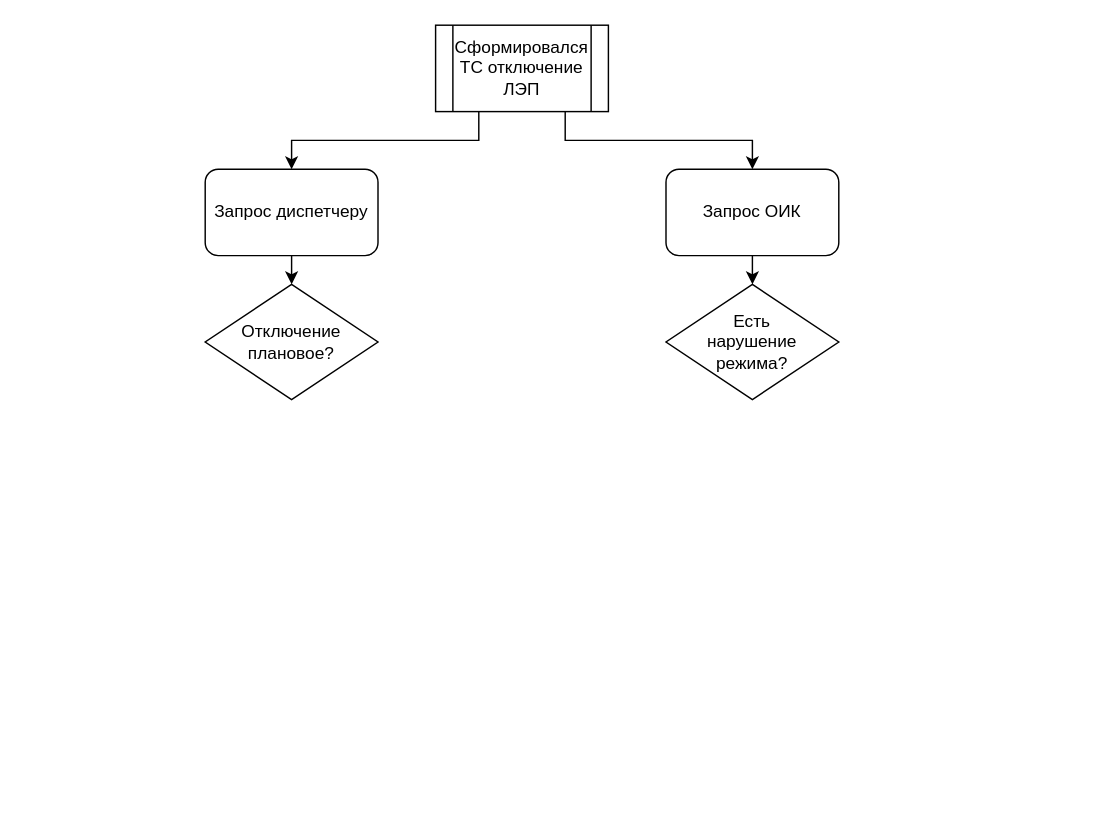
Before: Untitled Diagram.drawio in MyodsOnline/web_interfaces, a draw.io diagram. Source tidied: cells renumbered, new cells numbered last; positions are measured from the earlier drawing's top-left corner, leaving out a move shared by most shapes. Both pictures are drawn from the tidied source at 144%, with x=0, y=0 at pixel (204, 24).
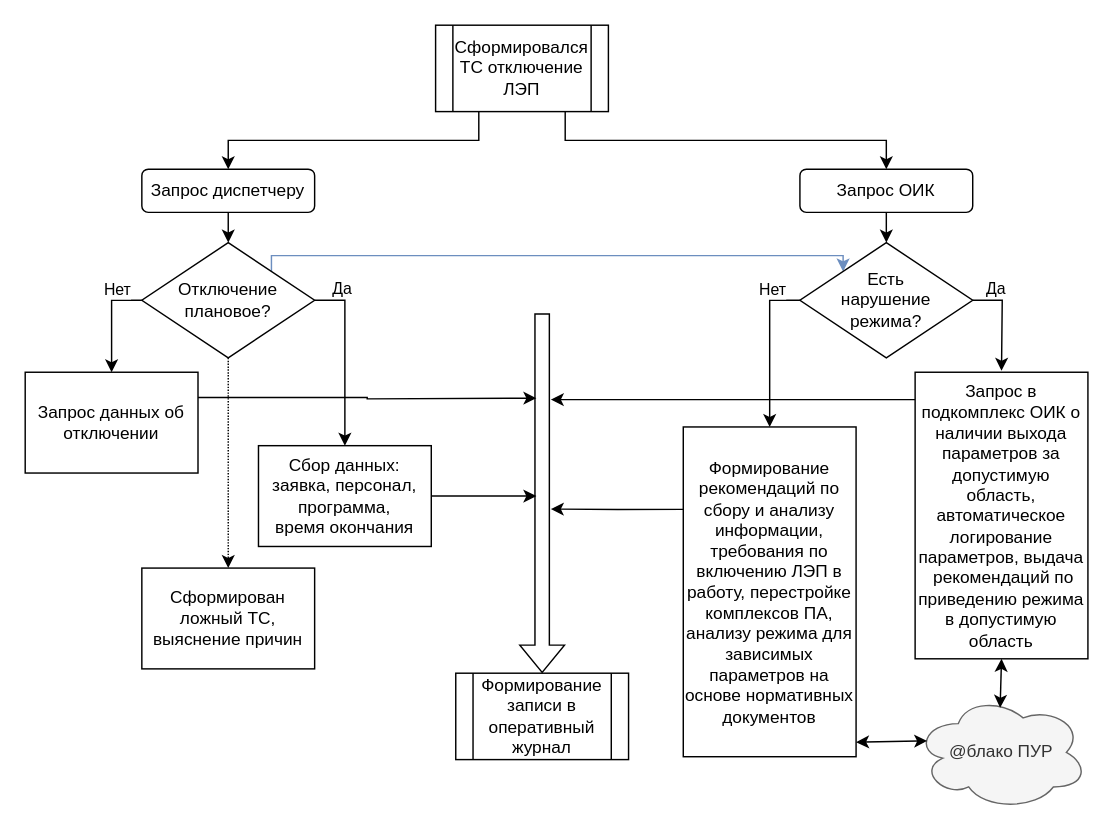
After the change.

What changed in the source:
```diff
@@
+    <mxCell id="11" style="edgeStyle=orthogonalEdgeStyle;rounded=0;jettySize=auto;html=1;exitX=0;exitY=0.5;exitDx=0;exitDy=0;entryX=0.5;entryY=0;entryDx=0;entryDy=0;" parent="1" edge="1" source="2" target="24">
+      <mxGeometry relative="1" as="geometry" />
+    </mxCell>
+    <mxCell id="12" value="Нет" style="edgeLabel;html=1;align=center;verticalAlign=bottom;" parent="11" vertex="1">
+      <mxGeometry x="-0.5" y="1" relative="1" as="geometry" />
+    </mxCell>
+    <mxCell id="13" style="edgeStyle=orthogonalEdgeStyle;rounded=0;jettySize=auto;html=1;exitX=1;exitY=0.5;exitDx=0;exitDy=0;entryX=0.5;entryY=0;entryDx=0;entryDy=0;" parent="1" edge="1" source="2" target="22">
+      <mxGeometry relative="1" as="geometry" />
+    </mxCell>
+    <mxCell id="14" value="Да" style="edgeLabel;html=1;align=center;verticalAlign=bottom;" parent="13" vertex="1">
+      <mxGeometry x="-0.63" y="-3" relative="1" as="geometry">
+        <mxPoint y="-2" as="offset" />
+      </mxGeometry>
+    </mxCell>
+    <mxCell id="15" style="edgeStyle=orthogonalEdgeStyle;rounded=0;jettySize=auto;html=1;exitX=0.5;exitY=1;exitDx=0;exitDy=0;entryX=0.5;entryY=0;entryDx=0;entryDy=0;dashed=1;dashPattern=1 1;" parent="1" edge="1" source="2" target="29">
+      <mxGeometry relative="1" as="geometry" />
+    </mxCell>
+    <mxCell id="16" style="edgeStyle=orthogonalEdgeStyle;rounded=0;jettySize=auto;html=1;exitX=1;exitY=0;exitDx=0;exitDy=0;entryX=0;entryY=0;entryDx=0;entryDy=0;strokeColor=#6c8ebf;fillColor=#dae8fc;" parent="1" edge="1" source="2" target="10">
+      <mxGeometry relative="1" as="geometry">
+        <Array as="points">
+          <mxPoint x="46" y="160" />
+          <mxPoint x="443" y="160" />
+        </Array>
+      </mxGeometry>
+    </mxCell>
     <mxCell id="2" value="Отключение&lt;br&gt;плановое?" style="rhombus;whiteSpace=wrap;html=1;" parent="1" vertex="1">
-      <mxGeometry y="180" width="120" height="80" as="geometry" />
+      <mxGeometry x="-44" y="151" width="120" height="80" as="geometry" />
     </mxCell>
@@
     <mxCell id="7" value="Запрос диспетчеру" style="rounded=1;whiteSpace=wrap;html=1;" parent="1" vertex="1">
-      <mxGeometry y="100" width="120" height="60" as="geometry" />
+      <mxGeometry x="-44" y="100" width="120" height="30" as="geometry" />
     </mxCell>
@@
     <mxCell id="9" value="Запрос ОИК" style="rounded=1;whiteSpace=wrap;html=1;" parent="1" vertex="1">
-      <mxGeometry x="320" y="100" width="120" height="60" as="geometry" />
+      <mxGeometry x="413" y="100" width="120" height="30" as="geometry" />
     </mxCell>
+    <mxCell id="17" style="edgeStyle=orthogonalEdgeStyle;rounded=0;jettySize=auto;html=1;exitX=0;exitY=0.5;exitDx=0;exitDy=0;entryX=0.5;entryY=0;entryDx=0;entryDy=0;" parent="1" edge="1" source="10" target="26">
+      <mxGeometry relative="1" as="geometry" />
+    </mxCell>
+    <mxCell id="18" value="Нет" style="edgeLabel;html=1;align=center;verticalAlign=bottom;" parent="17" vertex="1">
+      <mxGeometry x="-0.59" y="1" relative="1" as="geometry" />
+    </mxCell>
+    <mxCell id="19" style="edgeStyle=orthogonalEdgeStyle;rounded=0;jettySize=auto;html=1;exitX=1;exitY=0.5;exitDx=0;exitDy=0;" parent="1" edge="1" source="10">
+      <mxGeometry relative="1" as="geometry">
+        <mxPoint x="553" y="240" as="targetPoint" />
+      </mxGeometry>
+    </mxCell>
+    <mxCell id="20" value="Да" style="edgeLabel;html=1;align=center;verticalAlign=bottom;" parent="19" vertex="1">
+      <mxGeometry x="-0.57" y="-2" relative="1" as="geometry">
+        <mxPoint y="-2" as="offset" />
+      </mxGeometry>
+    </mxCell>
     <mxCell id="10" value="Есть&lt;br&gt;нарушение&lt;br&gt;режима?" style="rhombus;whiteSpace=wrap;html=1;" parent="1" vertex="1">
-      <mxGeometry x="320" y="180" width="120" height="80" as="geometry" />
+      <mxGeometry x="413" y="151" width="120" height="80" as="geometry" />
     </mxCell>
+    <mxCell id="21" style="edgeStyle=orthogonalEdgeStyle;rounded=0;jettySize=auto;html=1;exitX=1;exitY=0.5;exitDx=0;exitDy=0;strokeColor=default;" parent="1" edge="1" source="22">
+      <mxGeometry relative="1" as="geometry">
+        <mxPoint x="230" y="327" as="targetPoint" />
+      </mxGeometry>
+    </mxCell>
+    <mxCell id="22" value="Сбор данных: заявка, персонал, программа,&lt;br&gt;время окончания" style="rounded=0;whiteSpace=wrap;html=1;" parent="1" vertex="1">
+      <mxGeometry x="37" y="292" width="120" height="70" as="geometry" />
+    </mxCell>
+    <mxCell id="23" style="edgeStyle=orthogonalEdgeStyle;rounded=0;jettySize=auto;html=1;exitX=1;exitY=0.25;exitDx=0;exitDy=0;strokeColor=default;" parent="1" edge="1" source="24">
+      <mxGeometry relative="1" as="geometry">
+        <mxPoint x="230" y="259" as="targetPoint" />
+      </mxGeometry>
+    </mxCell>
+    <mxCell id="24" value="Запрос данных об отключении" style="rounded=0;whiteSpace=wrap;html=1;" parent="1" vertex="1">
+      <mxGeometry x="-125" y="241" width="120" height="70" as="geometry" />
+    </mxCell>
+    <mxCell id="25" style="edgeStyle=orthogonalEdgeStyle;rounded=0;jettySize=auto;html=1;exitX=0;exitY=0.25;exitDx=0;exitDy=0;strokeColor=default;" parent="1" edge="1" source="26">
+      <mxGeometry relative="1" as="geometry">
+        <mxPoint x="240" y="336" as="targetPoint" />
+      </mxGeometry>
+    </mxCell>
+    <mxCell id="26" value="Формирование рекомендаций по сбору и анализу информации, требования по включению ЛЭП в работу, перестройке комплексов ПА, анализу режима для зависимых параметров на основе нормативных документов" style="rounded=0;whiteSpace=wrap;html=1;" parent="1" vertex="1">
+      <mxGeometry x="332" y="279" width="120" height="229" as="geometry" />
+    </mxCell>
+    <mxCell id="27" style="edgeStyle=orthogonalEdgeStyle;rounded=0;jettySize=auto;html=1;exitX=0;exitY=0.09;exitDx=0;exitDy=0;strokeColor=default;exitPerimeter=0;" parent="1" edge="1" source="28">
+      <mxGeometry relative="1" as="geometry">
+        <mxPoint x="240" y="260" as="targetPoint" />
+        <Array as="points">
+          <mxPoint x="527" y="260" />
+        </Array>
+      </mxGeometry>
+    </mxCell>
+    <mxCell id="28" value="Запрос в подкомплекс ОИК о наличии выхода параметров за допустимую область, автоматическое логирование параметров, выдача &amp;nbsp;рекомендаций по приведению режима в допустимую область" style="rounded=0;whiteSpace=wrap;html=1;" parent="1" vertex="1">
+      <mxGeometry x="493" y="241" width="120" height="199" as="geometry" />
+    </mxCell>
+    <mxCell id="29" value="Сформирован ложный ТС, выяснение причин" style="rounded=0;whiteSpace=wrap;html=1;" parent="1" vertex="1">
+      <mxGeometry x="-44" y="377" width="120" height="70" as="geometry" />
+    </mxCell>
+    <mxCell id="30" value="Формирование записи в оперативный&lt;br&gt;журнал" style="shape=process;whiteSpace=wrap;html=1;backgroundOutline=1;" parent="1" vertex="1">
+      <mxGeometry x="174" y="450" width="120" height="60" as="geometry" />
+    </mxCell>
+    <mxCell id="31" style="shape=flexArrow;endArrow=classic;html=1;rounded=0;strokeColor=default;entryX=0.5;entryY=0;entryDx=0;entryDy=0;" parent="1" edge="1" target="30">
+      <mxGeometry relative="1" as="geometry">
+        <mxPoint x="234" y="200" as="sourcePoint" />
+      </mxGeometry>
+    </mxCell>
+    <mxCell id="32" value="@блако ПУР" style="ellipse;shape=cloud;whiteSpace=wrap;html=1;fillColor=#f5f5f5;fontColor=#333333;strokeColor=#666666;" parent="1" vertex="1">
+      <mxGeometry x="493" y="465" width="120" height="80" as="geometry" />
+    </mxCell>
+    <mxCell id="33" style="endArrow=classic;startArrow=classic;html=1;rounded=0;strokeColor=default;entryX=0.5;entryY=1;entryDx=0;entryDy=0;exitX=0.492;exitY=0.113;exitDx=0;exitDy=0;exitPerimeter=0;" parent="1" edge="1" source="32" target="28">
+      <mxGeometry relative="1" as="geometry" />
+    </mxCell>
+    <mxCell id="34" style="endArrow=classic;startArrow=classic;html=1;rounded=0;strokeColor=default;entryX=0.07;entryY=0.4;entryDx=0;entryDy=0;entryPerimeter=0;exitX=1;exitY=0.956;exitDx=0;exitDy=0;exitPerimeter=0;" parent="1" edge="1" source="26" target="32">
+      <mxGeometry relative="1" as="geometry" />
+    </mxCell>
```
